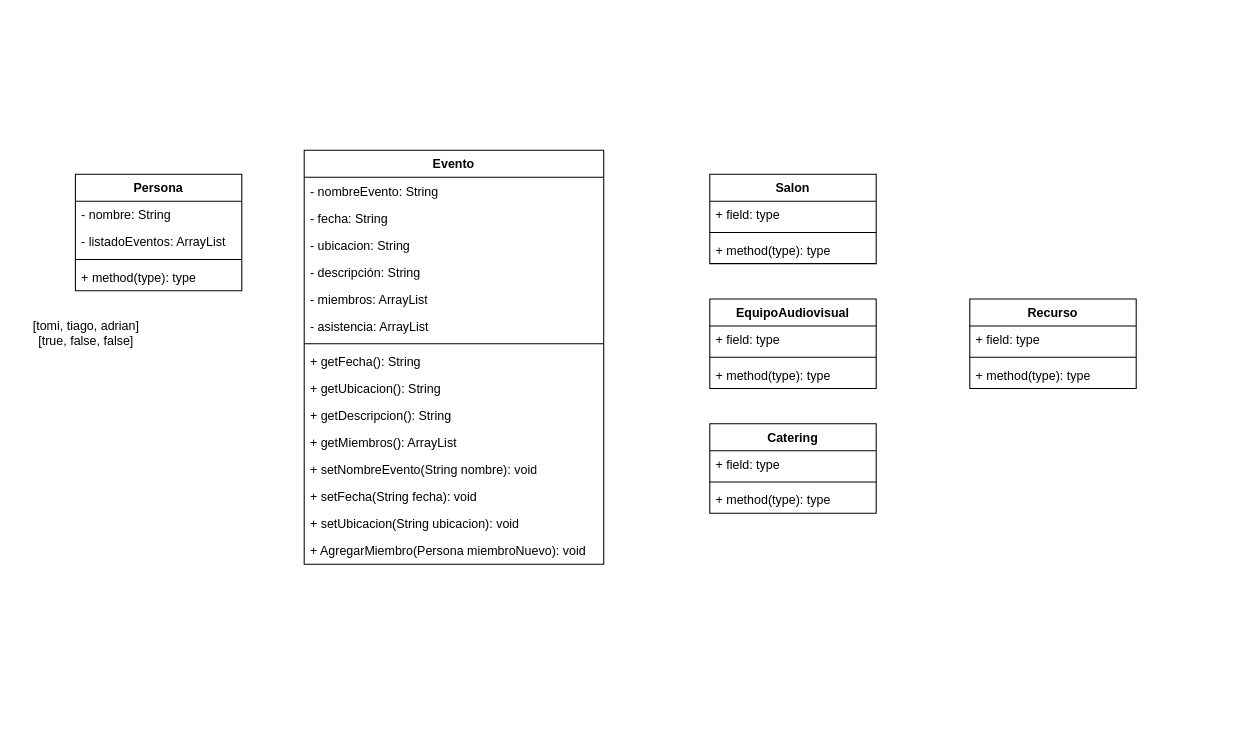
Above: DiagramaDeClases.drawio in 1tiagovalentini/TPO-INTEGRAL-POO (draw.io), before the change. Source tidied: cells renumbered, new cells numbered last; positions are measured from the earlier drawing's top-left corner, leaving out a move shared by most shapes. Both pictures are drawn from the tidied source at 104%, with x=0, y=0 at pixel (18, 150).
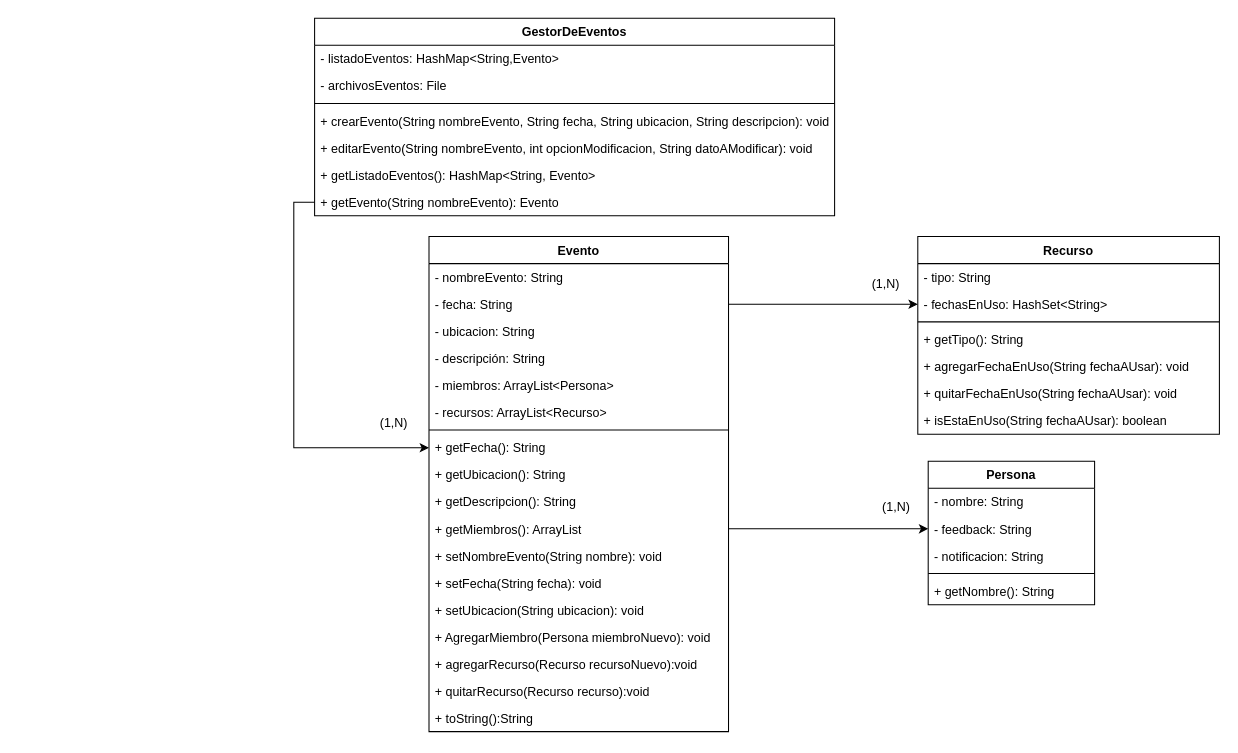
The same diagram, later.

Unchanged cells that the change refers to:
```xml
<mxCell id="4" value="- fecha&lt;span style=&quot;background-color: initial;&quot;&gt;: String&lt;/span&gt;" style="text;strokeColor=none;fillColor=none;align=left;verticalAlign=top;spacingLeft=4;spacingRight=4;overflow=hidden;points=[[0,0.5],[1,0.5]];portConstraint=eastwest;whiteSpace=wrap;html=1;" parent="2" vertex="1">
  <mxGeometry y="52" width="288" height="26" as="geometry" />
</mxCell>
<mxCell id="10" value="+ getFecha(): String" style="text;strokeColor=none;fillColor=none;align=left;verticalAlign=top;spacingLeft=4;spacingRight=4;overflow=hidden;points=[[0,0.5],[1,0.5]];portConstraint=eastwest;whiteSpace=wrap;html=1;" parent="2" vertex="1">
  <mxGeometry y="190" width="288" height="26" as="geometry" />
</mxCell>
<mxCell id="13" value="+ getMiembros(): ArrayList" style="text;strokeColor=none;fillColor=none;align=left;verticalAlign=top;spacingLeft=4;spacingRight=4;overflow=hidden;points=[[0,0.5],[1,0.5]];portConstraint=eastwest;whiteSpace=wrap;html=1;" parent="2" vertex="1">
  <mxGeometry y="268" width="288" height="26" as="geometry" />
</mxCell>
```

Diff of the diagram source:
```diff
@@
     <mxCell id="2" value="Evento" style="swimlane;fontStyle=1;align=center;verticalAlign=top;horizontal=1;startSize=26;whiteSpace=wrap;html=1;" parent="1" vertex="1">
-      <mxGeometry x="275" width="288" height="398" as="geometry" />
+      <mxGeometry x="395" y="83" width="288" height="476" as="geometry" />
     </mxCell>
@@
-    <mxCell id="7" value="- miembros: ArrayList" style="text;strokeColor=none;fillColor=none;align=left;verticalAlign=top;spacingLeft=4;spacingRight=4;overflow=hidden;whiteSpace=wrap;html=1;" parent="2" vertex="1">
+    <mxCell id="7" value="- miembros: ArrayList&amp;lt;Persona&amp;gt;" style="text;strokeColor=none;fillColor=none;align=left;verticalAlign=top;spacingLeft=4;spacingRight=4;overflow=hidden;whiteSpace=wrap;html=1;" parent="2" vertex="1">
       <mxGeometry y="130" width="288" height="26" as="geometry" />
     </mxCell>
-    <mxCell id="8" value="- asistencia: ArrayList" style="text;strokeColor=none;fillColor=none;align=left;verticalAlign=top;spacingLeft=4;spacingRight=4;overflow=hidden;whiteSpace=wrap;html=1;" parent="2" vertex="1">
+    <mxCell id="8" value="- recursos: ArrayList&amp;lt;Recurso&amp;gt;" style="text;strokeColor=none;fillColor=none;align=left;verticalAlign=top;spacingLeft=4;spacingRight=4;overflow=hidden;whiteSpace=wrap;html=1;" parent="2" vertex="1">
       <mxGeometry y="156" width="288" height="26" as="geometry" />
     </mxCell>
@@
+    <mxCell id="40" value="+ agregarRecurso(Recurso recursoNuevo):void" style="text;strokeColor=none;fillColor=none;align=left;verticalAlign=top;spacingLeft=4;spacingRight=4;overflow=hidden;whiteSpace=wrap;html=1;" parent="2" vertex="1">
+      <mxGeometry y="398" width="288" height="26" as="geometry" />
+    </mxCell>
+    <mxCell id="41" value="+ quitarRecurso(Recurso recurso):void" style="text;strokeColor=none;fillColor=none;align=left;verticalAlign=top;spacingLeft=4;spacingRight=4;overflow=hidden;whiteSpace=wrap;html=1;" parent="2" vertex="1">
+      <mxGeometry y="424" width="288" height="26" as="geometry" />
+    </mxCell>
+    <mxCell id="42" value="+ toString():String" style="text;strokeColor=none;fillColor=none;align=left;verticalAlign=top;spacingLeft=4;spacingRight=4;overflow=hidden;whiteSpace=wrap;html=1;" parent="2" vertex="1">
+      <mxGeometry y="450" width="288" height="26" as="geometry" />
+    </mxCell>
     <mxCell id="18" value="Persona" style="swimlane;fontStyle=1;align=center;verticalAlign=top;horizontal=1;startSize=26;whiteSpace=wrap;html=1;" parent="1" vertex="1">
-      <mxGeometry x="55" y="23" width="160" height="112" as="geometry" />
+      <mxGeometry x="875" y="299" width="160" height="138" as="geometry" />
     </mxCell>
@@
-    <mxCell id="20" value="- listadoEventos: ArrayList" style="text;strokeColor=none;fillColor=none;align=left;verticalAlign=top;spacingLeft=4;spacingRight=4;overflow=hidden;whiteSpace=wrap;html=1;" parent="18" vertex="1">
-      <mxGeometry y="52" width="160" height="26" as="geometry" />
-    </mxCell>
+    <mxCell id="43" value="- feedback: String" style="text;strokeColor=none;fillColor=none;align=left;verticalAlign=top;spacingLeft=4;spacingRight=4;overflow=hidden;points=[[0,0.5],[1,0.5]];portConstraint=eastwest;whiteSpace=wrap;html=1;" parent="18" vertex="1">
+      <mxGeometry y="52" width="160" height="26" as="geometry" />
+    </mxCell>
+    <mxCell id="44" value="- notificacion: String" style="text;strokeColor=none;fillColor=none;align=left;verticalAlign=top;spacingLeft=4;spacingRight=4;overflow=hidden;whiteSpace=wrap;html=1;" parent="18" vertex="1">
+      <mxGeometry y="78" width="160" height="26" as="geometry" />
+    </mxCell>
     <mxCell id="21" style="line;strokeWidth=1;fillColor=none;align=left;verticalAlign=middle;spacingTop=-1;spacingLeft=3;spacingRight=3;labelPosition=right;strokeColor=inherit;" parent="18" vertex="1">
-      <mxGeometry y="78" width="160" height="8" as="geometry" />
+      <mxGeometry y="104" width="160" height="8" as="geometry" />
     </mxCell>
-    <mxCell id="22" value="+ method(type): type" style="text;strokeColor=none;fillColor=none;align=left;verticalAlign=top;spacingLeft=4;spacingRight=4;overflow=hidden;whiteSpace=wrap;html=1;" parent="18" vertex="1">
-      <mxGeometry y="86" width="160" height="26" as="geometry" />
+    <mxCell id="22" value="+ getNombre(): String" style="text;strokeColor=none;fillColor=none;align=left;verticalAlign=top;spacingLeft=4;spacingRight=4;overflow=hidden;whiteSpace=wrap;html=1;" parent="18" vertex="1">
+      <mxGeometry y="112" width="160" height="26" as="geometry" />
     </mxCell>
-    <mxCell id="23" value="Salon" style="swimlane;fontStyle=1;align=center;verticalAlign=top;horizontal=1;startSize=26;whiteSpace=wrap;html=1;" parent="1" vertex="1">
-      <mxGeometry x="665" y="23" width="160" height="86" as="geometry" />
-    </mxCell>
-    <mxCell id="24" value="+ field: type" style="text;strokeColor=none;fillColor=none;align=left;verticalAlign=top;spacingLeft=4;spacingRight=4;overflow=hidden;whiteSpace=wrap;html=1;" parent="23" vertex="1">
-      <mxGeometry y="26" width="160" height="26" as="geometry" />
-    </mxCell>
-    <mxCell id="25" style="line;strokeWidth=1;fillColor=none;align=left;verticalAlign=middle;spacingTop=-1;spacingLeft=3;spacingRight=3;labelPosition=right;strokeColor=inherit;" parent="23" vertex="1">
-      <mxGeometry y="52" width="160" height="8" as="geometry" />
-    </mxCell>
-    <mxCell id="26" value="+ method(type): type" style="text;strokeColor=none;fillColor=none;align=left;verticalAlign=top;spacingLeft=4;spacingRight=4;overflow=hidden;whiteSpace=wrap;html=1;" parent="23" vertex="1">
-      <mxGeometry y="60" width="160" height="26" as="geometry" />
-    </mxCell>
-    <mxCell id="27" value="EquipoAudiovisual" style="swimlane;fontStyle=1;align=center;verticalAlign=top;horizontal=1;startSize=26;whiteSpace=wrap;html=1;" parent="1" vertex="1">
-      <mxGeometry x="665" y="143" width="160" height="86" as="geometry" />
-    </mxCell>
-    <mxCell id="28" value="+ field: type" style="text;strokeColor=none;fillColor=none;align=left;verticalAlign=top;spacingLeft=4;spacingRight=4;overflow=hidden;whiteSpace=wrap;html=1;" parent="27" vertex="1">
-      <mxGeometry y="26" width="160" height="26" as="geometry" />
-    </mxCell>
-    <mxCell id="29" style="line;strokeWidth=1;fillColor=none;align=left;verticalAlign=middle;spacingTop=-1;spacingLeft=3;spacingRight=3;labelPosition=right;strokeColor=inherit;" parent="27" vertex="1">
-      <mxGeometry y="52" width="160" height="8" as="geometry" />
-    </mxCell>
-    <mxCell id="30" value="+ method(type): type" style="text;strokeColor=none;fillColor=none;align=left;verticalAlign=top;spacingLeft=4;spacingRight=4;overflow=hidden;whiteSpace=wrap;html=1;" parent="27" vertex="1">
-      <mxGeometry y="60" width="160" height="26" as="geometry" />
-    </mxCell>
-    <mxCell id="31" value="Catering" style="swimlane;fontStyle=1;align=center;verticalAlign=top;horizontal=1;startSize=26;whiteSpace=wrap;html=1;" parent="1" vertex="1">
-      <mxGeometry x="665" y="263" width="160" height="86" as="geometry" />
-    </mxCell>
-    <mxCell id="32" value="+ field: type" style="text;strokeColor=none;fillColor=none;align=left;verticalAlign=top;spacingLeft=4;spacingRight=4;overflow=hidden;whiteSpace=wrap;html=1;" parent="31" vertex="1">
-      <mxGeometry y="26" width="160" height="26" as="geometry" />
-    </mxCell>
-    <mxCell id="33" style="line;strokeWidth=1;fillColor=none;align=left;verticalAlign=middle;spacingTop=-1;spacingLeft=3;spacingRight=3;labelPosition=right;strokeColor=inherit;" parent="31" vertex="1">
-      <mxGeometry y="52" width="160" height="8" as="geometry" />
-    </mxCell>
-    <mxCell id="34" value="+ method(type): type" style="text;strokeColor=none;fillColor=none;align=left;verticalAlign=top;spacingLeft=4;spacingRight=4;overflow=hidden;whiteSpace=wrap;html=1;" parent="31" vertex="1">
-      <mxGeometry y="60" width="160" height="26" as="geometry" />
-    </mxCell>
     <mxCell id="35" value="Recurso" style="swimlane;fontStyle=1;align=center;verticalAlign=top;horizontal=1;startSize=26;whiteSpace=wrap;html=1;" parent="1" vertex="1">
-      <mxGeometry x="915" y="143" width="160" height="86" as="geometry" />
+      <mxGeometry x="865" y="83" width="290" height="190" as="geometry" />
     </mxCell>
-    <mxCell id="36" value="+ field: type" style="text;strokeColor=none;fillColor=none;align=left;verticalAlign=top;spacingLeft=4;spacingRight=4;overflow=hidden;whiteSpace=wrap;html=1;" parent="35" vertex="1">
-      <mxGeometry y="26" width="160" height="26" as="geometry" />
+    <mxCell id="36" value="- tipo: String" style="text;strokeColor=none;fillColor=none;align=left;verticalAlign=top;spacingLeft=4;spacingRight=4;overflow=hidden;whiteSpace=wrap;html=1;" parent="35" vertex="1">
+      <mxGeometry y="26" width="290" height="26" as="geometry" />
     </mxCell>
+    <mxCell id="45" value="- fechasEnUso: HashSet&amp;lt;String&amp;gt;" style="text;strokeColor=none;fillColor=none;align=left;verticalAlign=top;spacingLeft=4;spacingRight=4;overflow=hidden;points=[[0,0.5],[1,0.5]];portConstraint=eastwest;whiteSpace=wrap;html=1;" parent="35" vertex="1">
+      <mxGeometry y="52" width="290" height="26" as="geometry" />
+    </mxCell>
     <mxCell id="37" style="line;strokeWidth=1;fillColor=none;align=left;verticalAlign=middle;spacingTop=-1;spacingLeft=3;spacingRight=3;labelPosition=right;strokeColor=inherit;" parent="35" vertex="1">
-      <mxGeometry y="52" width="160" height="8" as="geometry" />
+      <mxGeometry y="78" width="290" height="8" as="geometry" />
     </mxCell>
-    <mxCell id="38" value="+ method(type): type" style="text;strokeColor=none;fillColor=none;align=left;verticalAlign=top;spacingLeft=4;spacingRight=4;overflow=hidden;whiteSpace=wrap;html=1;" parent="35" vertex="1">
-      <mxGeometry y="60" width="160" height="26" as="geometry" />
+    <mxCell id="38" value="+ getTipo(): String" style="text;strokeColor=none;fillColor=none;align=left;verticalAlign=top;spacingLeft=4;spacingRight=4;overflow=hidden;whiteSpace=wrap;html=1;" parent="35" vertex="1">
+      <mxGeometry y="86" width="290" height="26" as="geometry" />
     </mxCell>
-    <mxCell id="39" value="[tomi, tiago, adrian]&lt;div&gt;[true, false, false]&lt;/div&gt;" style="text;html=1;align=center;verticalAlign=middle;strokeColor=none;fillColor=none;" parent="1" vertex="1">
-      <mxGeometry y="156" width="130" height="40" as="geometry" />
-    </mxCell>
+    <mxCell id="46" value="+ agregarFechaEnUso(String fechaAUsar): void&amp;nbsp;" style="text;strokeColor=none;fillColor=none;align=left;verticalAlign=top;spacingLeft=4;spacingRight=4;overflow=hidden;whiteSpace=wrap;html=1;" parent="35" vertex="1">
+      <mxGeometry y="112" width="290" height="26" as="geometry" />
+    </mxCell>
+    <mxCell id="47" value="+ quitarFechaEnUso(String fechaAUsar): void&amp;nbsp;" style="text;strokeColor=none;fillColor=none;align=left;verticalAlign=top;spacingLeft=4;spacingRight=4;overflow=hidden;whiteSpace=wrap;html=1;" parent="35" vertex="1">
+      <mxGeometry y="138" width="290" height="26" as="geometry" />
+    </mxCell>
+    <mxCell id="48" value="+ isEstaEnUso(String fechaAUsar): boolean&amp;nbsp;" style="text;strokeColor=none;fillColor=none;align=left;verticalAlign=top;spacingLeft=4;spacingRight=4;overflow=hidden;whiteSpace=wrap;html=1;" parent="35" vertex="1">
+      <mxGeometry y="164" width="290" height="26" as="geometry" />
+    </mxCell>
+    <mxCell id="49" style="edgeStyle=orthogonalEdgeStyle;rounded=0;jettySize=auto;html=1;exitX=0;exitY=0.5;exitDx=0;exitDy=0;entryX=0;entryY=0.5;entryDx=0;entryDy=0;" parent="1" edge="1" source="57" target="10">
+      <mxGeometry relative="1" as="geometry" />
+    </mxCell>
+    <mxCell id="50" value="GestorDeEventos" style="swimlane;fontStyle=1;align=center;verticalAlign=top;horizontal=1;startSize=26;whiteSpace=wrap;html=1;" parent="1" vertex="1">
+      <mxGeometry x="285" y="-127" width="500" height="190" as="geometry" />
+    </mxCell>
+    <mxCell id="51" value="- listadoEventos: HashMap&amp;lt;String,Evento&amp;gt;" style="text;strokeColor=none;fillColor=none;align=left;verticalAlign=top;spacingLeft=4;spacingRight=4;overflow=hidden;whiteSpace=wrap;html=1;" parent="50" vertex="1">
+      <mxGeometry y="26" width="500" height="26" as="geometry" />
+    </mxCell>
+    <mxCell id="52" value="- archivosEventos: File" style="text;strokeColor=none;fillColor=none;align=left;verticalAlign=top;spacingLeft=4;spacingRight=4;overflow=hidden;whiteSpace=wrap;html=1;" parent="50" vertex="1">
+      <mxGeometry y="52" width="500" height="26" as="geometry" />
+    </mxCell>
+    <mxCell id="53" style="line;strokeWidth=1;fillColor=none;align=left;verticalAlign=middle;spacingTop=-1;spacingLeft=3;spacingRight=3;labelPosition=right;strokeColor=inherit;" parent="50" vertex="1">
+      <mxGeometry y="78" width="500" height="8" as="geometry" />
+    </mxCell>
+    <mxCell id="54" value="+ crearEvento(String nombreEvento, String fecha, String ubicacion, String descripcion): void" style="text;strokeColor=none;fillColor=none;align=left;verticalAlign=top;spacingLeft=4;spacingRight=4;overflow=hidden;whiteSpace=wrap;html=1;" parent="50" vertex="1">
+      <mxGeometry y="86" width="500" height="26" as="geometry" />
+    </mxCell>
+    <mxCell id="55" value="+&amp;nbsp;editarEvento(String nombreEvento, int opcionModificacion, String datoAModificar): void" style="text;strokeColor=none;fillColor=none;align=left;verticalAlign=top;spacingLeft=4;spacingRight=4;overflow=hidden;whiteSpace=wrap;html=1;" parent="50" vertex="1">
+      <mxGeometry y="112" width="500" height="26" as="geometry" />
+    </mxCell>
+    <mxCell id="56" value="+&amp;nbsp;getListadoEventos(): HashMap&amp;lt;String, Evento&amp;gt;" style="text;strokeColor=none;fillColor=none;align=left;verticalAlign=top;spacingLeft=4;spacingRight=4;overflow=hidden;whiteSpace=wrap;html=1;" parent="50" vertex="1">
+      <mxGeometry y="138" width="500" height="26" as="geometry" />
+    </mxCell>
+    <mxCell id="57" value="+&amp;nbsp;getEvento(String nombreEvento): Evento" style="text;strokeColor=none;fillColor=none;align=left;verticalAlign=top;spacingLeft=4;spacingRight=4;overflow=hidden;points=[[0,0.5],[1,0.5]];portConstraint=eastwest;whiteSpace=wrap;html=1;" parent="50" vertex="1">
+      <mxGeometry y="164" width="500" height="26" as="geometry" />
+    </mxCell>
+    <mxCell id="58" value="(1,N)" style="text;html=1;align=center;verticalAlign=middle;whiteSpace=wrap;rounded=0;fontFamily=Helvetica;fontSize=12;fontColor=default;labelBackgroundColor=none;" parent="1" vertex="1">
+      <mxGeometry x="345" y="253" width="32.5" height="20" as="geometry" />
+    </mxCell>
+    <mxCell id="59" style="edgeStyle=orthogonalEdgeStyle;rounded=0;jettySize=auto;html=1;exitX=1;exitY=0.5;exitDx=0;exitDy=0;entryX=0;entryY=0.5;entryDx=0;entryDy=0;" parent="1" edge="1" source="4" target="45">
+      <mxGeometry relative="1" as="geometry" />
+    </mxCell>
+    <mxCell id="60" style="edgeStyle=orthogonalEdgeStyle;rounded=0;jettySize=auto;html=1;exitX=1;exitY=0.5;exitDx=0;exitDy=0;entryX=0;entryY=0.5;entryDx=0;entryDy=0;" parent="1" edge="1" source="13" target="43">
+      <mxGeometry relative="1" as="geometry" />
+    </mxCell>
+    <mxCell id="61" value="(1,N)" style="text;html=1;align=center;verticalAlign=middle;whiteSpace=wrap;rounded=0;fontFamily=Helvetica;fontSize=12;fontColor=default;labelBackgroundColor=none;" parent="1" vertex="1">
+      <mxGeometry x="828" y="333" width="32.5" height="20" as="geometry" />
+    </mxCell>
+    <mxCell id="62" value="(1,N)" style="text;html=1;align=center;verticalAlign=middle;whiteSpace=wrap;rounded=0;fontFamily=Helvetica;fontSize=12;fontColor=default;labelBackgroundColor=none;" parent="1" vertex="1">
+      <mxGeometry x="818" y="119" width="32.5" height="20" as="geometry" />
+    </mxCell>
```
